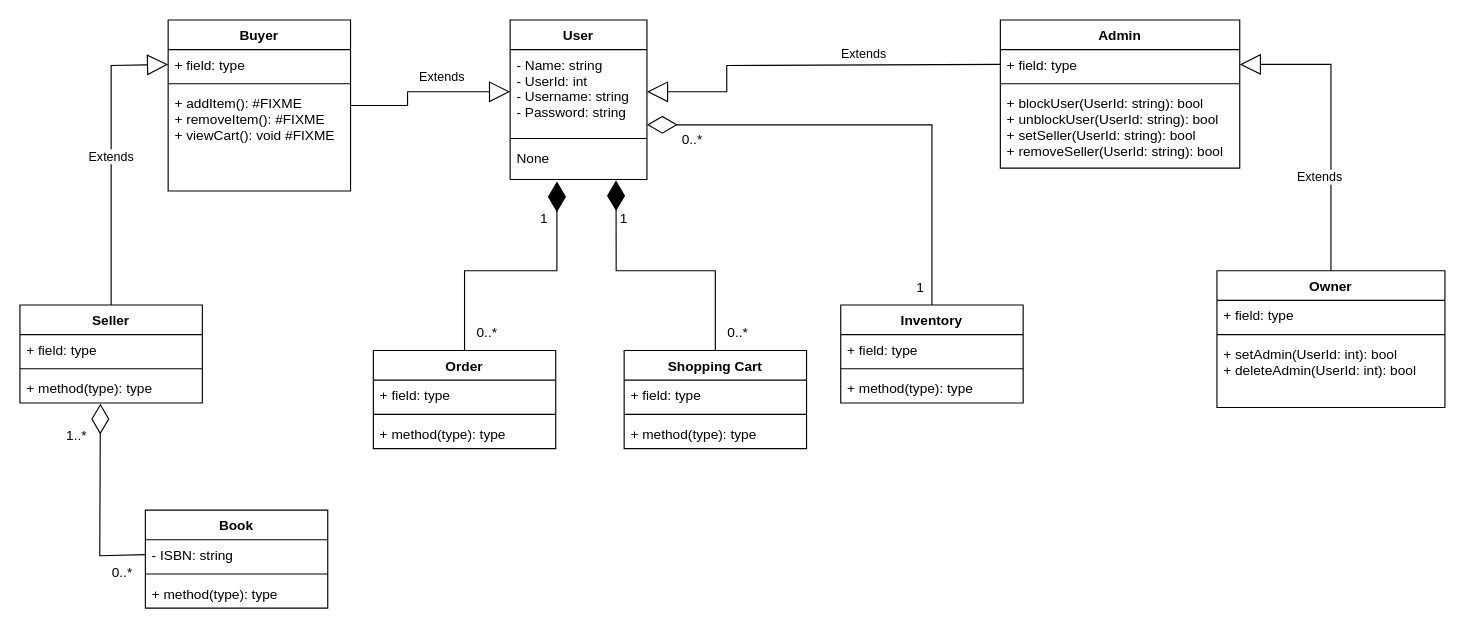
Earlier version of the draw.io diagram Class_Diagram.drawio (adl409/SE-project-Group-5). Source tidied: cells renumbered, new cells numbered last; positions are measured from the earlier drawing's top-left corner, leaving out a move shared by most shapes. Both pictures are drawn from the tidied source at 114%, with x=0, y=0 at pixel (19, 19).
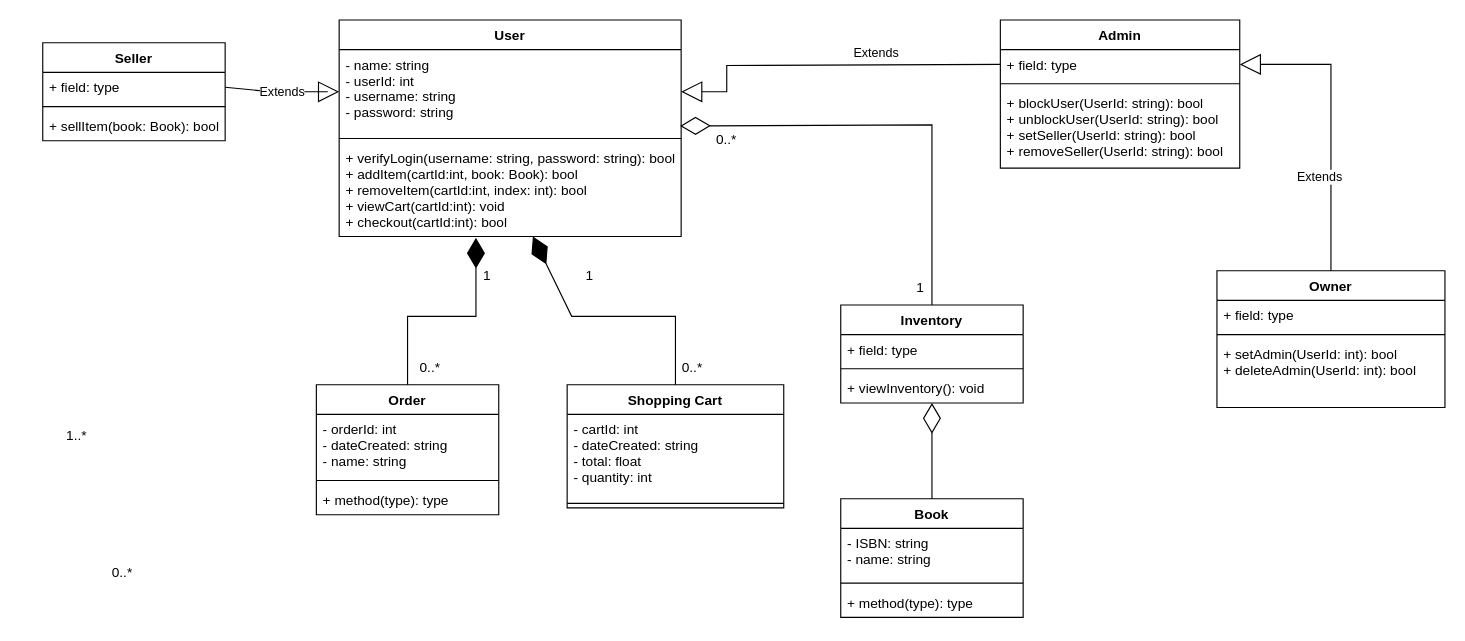
The same page after the edit.

The change refers to these unchanged cells:
```xml
<mxCell id="19" value="+ field: type" style="text;strokeColor=none;fillColor=none;align=left;verticalAlign=top;spacingLeft=4;spacingRight=4;overflow=hidden;points=[[0,0.5],[1,0.5]];portConstraint=eastwest;" parent="18" vertex="1">
  <mxGeometry y="26" width="160" height="26" as="geometry" />
</mxCell>
<mxCell id="26" value="Inventory&#10;" style="swimlane;fontStyle=1;align=center;verticalAlign=top;horizontal=1;startSize=26;" parent="1" vertex="1">
  <mxGeometry x="720" y="250" width="160" height="86" as="geometry" />
</mxCell>
```

What changed in the source:
```diff
@@
     <mxCell id="2" value="User" style="swimlane;fontStyle=1;align=center;verticalAlign=top;horizontal=1;startSize=26;" parent="1" vertex="1">
-      <mxGeometry x="430" width="120" height="140" as="geometry" />
+      <mxGeometry x="280" width="300" height="190" as="geometry" />
     </mxCell>
-    <mxCell id="3" value="- Name: string&#10;- UserId: int&#10;- Username: string&#10;- Password: string" style="text;strokeColor=none;fillColor=none;align=left;verticalAlign=top;spacingLeft=4;spacingRight=4;overflow=hidden;points=[[0,0.5],[1,0.5]];portConstraint=eastwest;" parent="2" vertex="1">
-      <mxGeometry y="26" width="120" height="74" as="geometry" />
+    <mxCell id="3" value="- name: string&#10;- userId: int&#10;- username: string&#10;- password: string" style="text;strokeColor=none;fillColor=none;align=left;verticalAlign=top;spacingLeft=4;spacingRight=4;overflow=hidden;points=[[0,0.5],[1,0.5]];portConstraint=eastwest;" parent="2" vertex="1">
+      <mxGeometry y="26" width="300" height="74" as="geometry" />
     </mxCell>
     <mxCell id="4" style="line;strokeWidth=1;fillColor=none;align=left;verticalAlign=middle;spacingTop=-1;spacingLeft=3;spacingRight=3;labelPosition=right;strokeColor=inherit;" parent="2" vertex="1">
-      <mxGeometry y="100" width="120" height="8" as="geometry" />
+      <mxGeometry y="100" width="300" height="8" as="geometry" />
     </mxCell>
-    <mxCell id="5" value="None" style="text;strokeColor=none;fillColor=none;align=left;verticalAlign=top;spacingLeft=4;spacingRight=4;overflow=hidden;points=[[0,0.5],[1,0.5]];portConstraint=eastwest;" parent="2" vertex="1">
-      <mxGeometry y="108" width="120" height="32" as="geometry" />
+    <mxCell id="5" value="+ verifyLogin(username: string, password: string): bool&#10;+ addItem(cartId:int, book: Book): bool&#10;+ removeItem(cartId:int, index: int): bool&#10;+ viewCart(cartId:int): void&#10;+ checkout(cartId:int): bool&#10;" style="text;strokeColor=none;fillColor=none;align=left;verticalAlign=top;spacingLeft=4;spacingRight=4;overflow=hidden;points=[[0,0.5],[1,0.5]];portConstraint=eastwest;" parent="2" vertex="1">
+      <mxGeometry y="108" width="300" height="82" as="geometry" />
     </mxCell>
@@
     <mxCell id="10" value="Shopping Cart" style="swimlane;fontStyle=1;align=center;verticalAlign=top;horizontal=1;startSize=26;" parent="1" vertex="1">
-      <mxGeometry x="530" y="290" width="160" height="86" as="geometry" />
+      <mxGeometry x="480" y="320" width="190" height="108" as="geometry" />
     </mxCell>
-    <mxCell id="11" value="+ field: type" style="text;strokeColor=none;fillColor=none;align=left;verticalAlign=top;spacingLeft=4;spacingRight=4;overflow=hidden;" parent="10" vertex="1">
-      <mxGeometry y="26" width="160" height="26" as="geometry" />
+    <mxCell id="11" value="- cartId: int&#10;- dateCreated: string&#10;- total: float&#10;- quantity: int" style="text;strokeColor=none;fillColor=none;align=left;verticalAlign=top;spacingLeft=4;spacingRight=4;overflow=hidden;" parent="10" vertex="1">
+      <mxGeometry y="26" width="190" height="74" as="geometry" />
     </mxCell>
     <mxCell id="12" style="line;strokeWidth=1;fillColor=none;align=left;verticalAlign=middle;spacingTop=-1;spacingLeft=3;spacingRight=3;labelPosition=right;strokeColor=inherit;" parent="10" vertex="1">
-      <mxGeometry y="52" width="160" height="8" as="geometry" />
+      <mxGeometry y="100" width="190" height="8" as="geometry" />
     </mxCell>
-    <mxCell id="13" value="+ method(type): type" style="text;strokeColor=none;fillColor=none;align=left;verticalAlign=top;spacingLeft=4;spacingRight=4;overflow=hidden;" parent="10" vertex="1">
-      <mxGeometry y="60" width="160" height="26" as="geometry" />
-    </mxCell>
-    <mxCell id="14" value="Buyer" style="swimlane;fontStyle=1;align=center;verticalAlign=top;horizontal=1;startSize=26;" parent="1" vertex="1">
-      <mxGeometry x="130" width="160" height="150" as="geometry" />
-    </mxCell>
-    <mxCell id="15" value="+ field: type" style="text;strokeColor=none;fillColor=none;align=left;verticalAlign=top;spacingLeft=4;spacingRight=4;overflow=hidden;points=[[0,0.5],[1,0.5]];portConstraint=eastwest;" parent="14" vertex="1">
-      <mxGeometry y="26" width="160" height="26" as="geometry" />
-    </mxCell>
-    <mxCell id="16" style="line;strokeWidth=1;fillColor=none;align=left;verticalAlign=middle;spacingTop=-1;spacingLeft=3;spacingRight=3;labelPosition=right;strokeColor=inherit;" parent="14" vertex="1">
-      <mxGeometry y="52" width="160" height="8" as="geometry" />
-    </mxCell>
-    <mxCell id="17" value="+ addItem(): #FIXME&#10;+ removeItem(): #FIXME&#10;+ viewCart(): void #FIXME" style="text;strokeColor=none;fillColor=none;align=left;verticalAlign=top;spacingLeft=4;spacingRight=4;overflow=hidden;" parent="14" vertex="1">
-      <mxGeometry y="60" width="160" height="90" as="geometry" />
-    </mxCell>
     <mxCell id="18" value="Seller" style="swimlane;fontStyle=1;align=center;verticalAlign=top;horizontal=1;startSize=26;" parent="1" vertex="1">
-      <mxGeometry y="250" width="160" height="86" as="geometry" />
+      <mxGeometry x="20" y="20" width="160" height="86" as="geometry" />
     </mxCell>
@@
-    <mxCell id="21" value="+ method(type): type" style="text;strokeColor=none;fillColor=none;align=left;verticalAlign=top;spacingLeft=4;spacingRight=4;overflow=hidden;points=[[0,0.5],[1,0.5]];portConstraint=eastwest;" parent="18" vertex="1">
+    <mxCell id="21" value="+ sellItem(book: Book): bool" style="text;strokeColor=none;fillColor=none;align=left;verticalAlign=top;spacingLeft=4;spacingRight=4;overflow=hidden;points=[[0,0.5],[1,0.5]];portConstraint=eastwest;" parent="18" vertex="1">
       <mxGeometry y="60" width="160" height="26" as="geometry" />
     </mxCell>
@@
-    <mxCell id="29" value="+ method(type): type" style="text;strokeColor=none;fillColor=none;align=left;verticalAlign=top;spacingLeft=4;spacingRight=4;overflow=hidden;points=[[0,0.5],[1,0.5]];portConstraint=eastwest;" parent="26" vertex="1">
+    <mxCell id="29" value="+ viewInventory(): void" style="text;strokeColor=none;fillColor=none;align=left;verticalAlign=top;spacingLeft=4;spacingRight=4;overflow=hidden;points=[[0,0.5],[1,0.5]];portConstraint=eastwest;" parent="26" vertex="1">
       <mxGeometry y="60" width="160" height="26" as="geometry" />
     </mxCell>
     <mxCell id="30" value="Order&#10;" style="swimlane;fontStyle=1;align=center;verticalAlign=top;horizontal=1;startSize=26;" parent="1" vertex="1">
-      <mxGeometry x="310" y="290" width="160" height="86" as="geometry" />
+      <mxGeometry x="260" y="320" width="160" height="114" as="geometry" />
     </mxCell>
-    <mxCell id="31" value="+ field: type" style="text;strokeColor=none;fillColor=none;align=left;verticalAlign=top;spacingLeft=4;spacingRight=4;overflow=hidden;" parent="30" vertex="1">
-      <mxGeometry y="26" width="160" height="26" as="geometry" />
+    <mxCell id="31" value="- orderId: int&#10;- dateCreated: string&#10;- name: string" style="text;strokeColor=none;fillColor=none;align=left;verticalAlign=top;spacingLeft=4;spacingRight=4;overflow=hidden;" parent="30" vertex="1">
+      <mxGeometry y="26" width="160" height="54" as="geometry" />
     </mxCell>
     <mxCell id="32" style="line;strokeWidth=1;fillColor=none;align=left;verticalAlign=middle;spacingTop=-1;spacingLeft=3;spacingRight=3;labelPosition=right;strokeColor=inherit;" parent="30" vertex="1">
-      <mxGeometry y="52" width="160" height="8" as="geometry" />
+      <mxGeometry y="80" width="160" height="8" as="geometry" />
     </mxCell>
     <mxCell id="33" value="+ method(type): type" style="text;strokeColor=none;fillColor=none;align=left;verticalAlign=top;spacingLeft=4;spacingRight=4;overflow=hidden;" parent="30" vertex="1">
-      <mxGeometry y="60" width="160" height="26" as="geometry" />
+      <mxGeometry y="88" width="160" height="26" as="geometry" />
     </mxCell>
-    <mxCell id="34" style="endArrow=diamondThin;endFill=1;endSize=24;html=1;rounded=0;exitX=0.5;exitY=0;exitDx=0;exitDy=0;entryX=0.774;entryY=1.022;entryDx=0;entryDy=0;entryPerimeter=0;" parent="1" edge="1" source="10" target="5">
+    <mxCell id="34" style="endArrow=diamondThin;endFill=1;endSize=24;html=1;rounded=0;exitX=0.5;exitY=0;exitDx=0;exitDy=0;" parent="1" edge="1" source="10" target="5">
       <mxGeometry relative="1" as="geometry">
         <Array as="points">
-          <mxPoint x="610" y="220" />
-          <mxPoint x="523" y="220" />
+          <mxPoint x="575" y="260" />
+          <mxPoint x="484" y="260" />
         </Array>
       </mxGeometry>
     </mxCell>
-    <mxCell id="35" value="Extends" style="endArrow=block;endSize=16;endFill=0;html=1;rounded=0;exitX=1;exitY=0.5;exitDx=0;exitDy=0;entryX=0;entryY=0.5;entryDx=0;entryDy=0;" parent="1" edge="1" source="14" target="3">
-      <mxGeometry x="0.21" y="13" relative="1" as="geometry">
-        <Array as="points">
-          <mxPoint x="340" y="75" />
-          <mxPoint x="340" y="63" />
-        </Array>
-      </mxGeometry>
-    </mxCell>
@@
-    <mxCell id="38" value="Extends" style="endArrow=block;endSize=16;endFill=0;html=1;rounded=0;exitX=0.5;exitY=0;exitDx=0;exitDy=0;entryX=0;entryY=0.5;entryDx=0;entryDy=0;" parent="1" edge="1" source="18" target="15">
+    <mxCell id="38" value="Extends" style="endArrow=block;endSize=16;endFill=0;html=1;rounded=0;entryX=0;entryY=0.5;entryDx=0;entryDy=0;exitX=1;exitY=0.5;exitDx=0;exitDy=0;" parent="1" edge="1" source="19" target="3">
       <mxGeometry relative="1" as="geometry">
         <Array as="points">
-          <mxPoint x="80" y="40" />
+          <mxPoint x="220" y="63" />
+          <mxPoint x="270" y="63" />
         </Array>
       </mxGeometry>
     </mxCell>
-    <mxCell id="39" style="endArrow=diamondThin;endFill=1;endSize=24;html=1;rounded=0;exitX=0.5;exitY=0;exitDx=0;exitDy=0;entryX=0.342;entryY=1.051;entryDx=0;entryDy=0;entryPerimeter=0;" parent="1" edge="1" source="30" target="5">
+    <mxCell id="39" style="endArrow=diamondThin;endFill=1;endSize=24;html=1;rounded=0;exitX=0.5;exitY=0;exitDx=0;exitDy=0;entryX=0.4;entryY=1.014;entryDx=0;entryDy=0;entryPerimeter=0;" parent="1" edge="1" source="30" target="5">
       <mxGeometry relative="1" as="geometry">
         <Array as="points">
-          <mxPoint x="390" y="220" />
-          <mxPoint x="471" y="220" />
+          <mxPoint x="340" y="260" />
+          <mxPoint x="400" y="260" />
         </Array>
       </mxGeometry>
     </mxCell>
     <mxCell id="40" value="0..*" style="text;strokeColor=none;align=center;fillColor=none;html=1;verticalAlign=middle;whiteSpace=wrap;rounded=0;" parent="1" vertex="1">
-      <mxGeometry x="380" y="260" width="60" height="30" as="geometry" />
+      <mxGeometry x="330" y="290" width="60" height="30" as="geometry" />
     </mxCell>
     <mxCell id="41" value="1" style="text;strokeColor=none;align=center;fillColor=none;html=1;verticalAlign=middle;whiteSpace=wrap;rounded=0;" parent="1" vertex="1">
-      <mxGeometry x="430" y="160" width="60" height="30" as="geometry" />
+      <mxGeometry x="380" y="210" width="60" height="30" as="geometry" />
     </mxCell>
     <mxCell id="42" value="1" style="text;strokeColor=none;align=center;fillColor=none;html=1;verticalAlign=middle;whiteSpace=wrap;rounded=0;" parent="1" vertex="1">
-      <mxGeometry x="500" y="160" width="60" height="30" as="geometry" />
+      <mxGeometry x="470" y="210" width="60" height="30" as="geometry" />
     </mxCell>
     <mxCell id="43" value="0..*" style="text;strokeColor=none;align=center;fillColor=none;html=1;verticalAlign=middle;whiteSpace=wrap;rounded=0;" parent="1" vertex="1">
-      <mxGeometry x="600" y="260" width="60" height="30" as="geometry" />
+      <mxGeometry x="560" y="290" width="60" height="30" as="geometry" />
     </mxCell>
-    <mxCell id="44" style="endArrow=diamondThin;endFill=0;endSize=24;html=1;rounded=0;exitX=0.5;exitY=0;exitDx=0;exitDy=0;" parent="1" edge="1" source="26">
+    <mxCell id="44" style="endArrow=diamondThin;endFill=0;endSize=24;html=1;rounded=0;exitX=0.5;exitY=0;exitDx=0;exitDy=0;entryX=0.997;entryY=0.905;entryDx=0;entryDy=0;entryPerimeter=0;" parent="1" edge="1" source="26" target="3">
       <mxGeometry relative="1" as="geometry">
-        <mxPoint x="550" y="92" as="targetPoint" />
         <Array as="points">
           <mxPoint x="800" y="92" />
         </Array>
       </mxGeometry>
     </mxCell>
@@
     <mxCell id="46" value="0..*" style="text;strokeColor=none;align=center;fillColor=none;html=1;verticalAlign=middle;whiteSpace=wrap;rounded=0;" parent="1" vertex="1">
-      <mxGeometry x="560" y="90" width="60" height="30" as="geometry" />
+      <mxGeometry x="590" y="90" width="60" height="30" as="geometry" />
     </mxCell>
     <mxCell id="47" value="Book" style="swimlane;fontStyle=1;align=center;verticalAlign=top;horizontal=1;startSize=26;" parent="1" vertex="1">
-      <mxGeometry x="110" y="430" width="160" height="86" as="geometry" />
+      <mxGeometry x="720" y="420" width="160" height="104" as="geometry" />
     </mxCell>
-    <mxCell id="48" value="- ISBN: string&#10;" style="text;strokeColor=none;fillColor=none;align=left;verticalAlign=top;spacingLeft=4;spacingRight=4;overflow=hidden;points=[[0,0.5],[1,0.5]];portConstraint=eastwest;" parent="47" vertex="1">
-      <mxGeometry y="26" width="160" height="26" as="geometry" />
+    <mxCell id="48" value="- ISBN: string&#10;- name: string" style="text;strokeColor=none;fillColor=none;align=left;verticalAlign=top;spacingLeft=4;spacingRight=4;overflow=hidden;points=[[0,0.5],[1,0.5]];portConstraint=eastwest;" parent="47" vertex="1">
+      <mxGeometry y="26" width="160" height="44" as="geometry" />
     </mxCell>
     <mxCell id="49" style="line;strokeWidth=1;fillColor=none;align=left;verticalAlign=middle;spacingTop=-1;spacingLeft=3;spacingRight=3;labelPosition=right;strokeColor=inherit;" parent="47" vertex="1">
-      <mxGeometry y="52" width="160" height="8" as="geometry" />
+      <mxGeometry y="70" width="160" height="8" as="geometry" />
     </mxCell>
     <mxCell id="50" value="+ method(type): type" style="text;strokeColor=none;fillColor=none;align=left;verticalAlign=top;spacingLeft=4;spacingRight=4;overflow=hidden;" parent="47" vertex="1">
-      <mxGeometry y="60" width="160" height="26" as="geometry" />
+      <mxGeometry y="78" width="160" height="26" as="geometry" />
     </mxCell>
-    <mxCell id="51" style="endArrow=diamondThin;endFill=0;endSize=24;html=1;rounded=0;exitX=0;exitY=0.5;exitDx=0;exitDy=0;entryX=0.441;entryY=1.023;entryDx=0;entryDy=0;entryPerimeter=0;" parent="1" edge="1" source="48" target="21">
-      <mxGeometry relative="1" as="geometry">
-        <Array as="points">
-          <mxPoint x="70" y="470" />
-        </Array>
-      </mxGeometry>
+    <mxCell id="51" style="endArrow=diamondThin;endFill=0;endSize=24;html=1;rounded=0;exitX=0.5;exitY=0;exitDx=0;exitDy=0;" parent="1" edge="1" source="47" target="29">
+      <mxGeometry relative="1" as="geometry" />
     </mxCell>
```
